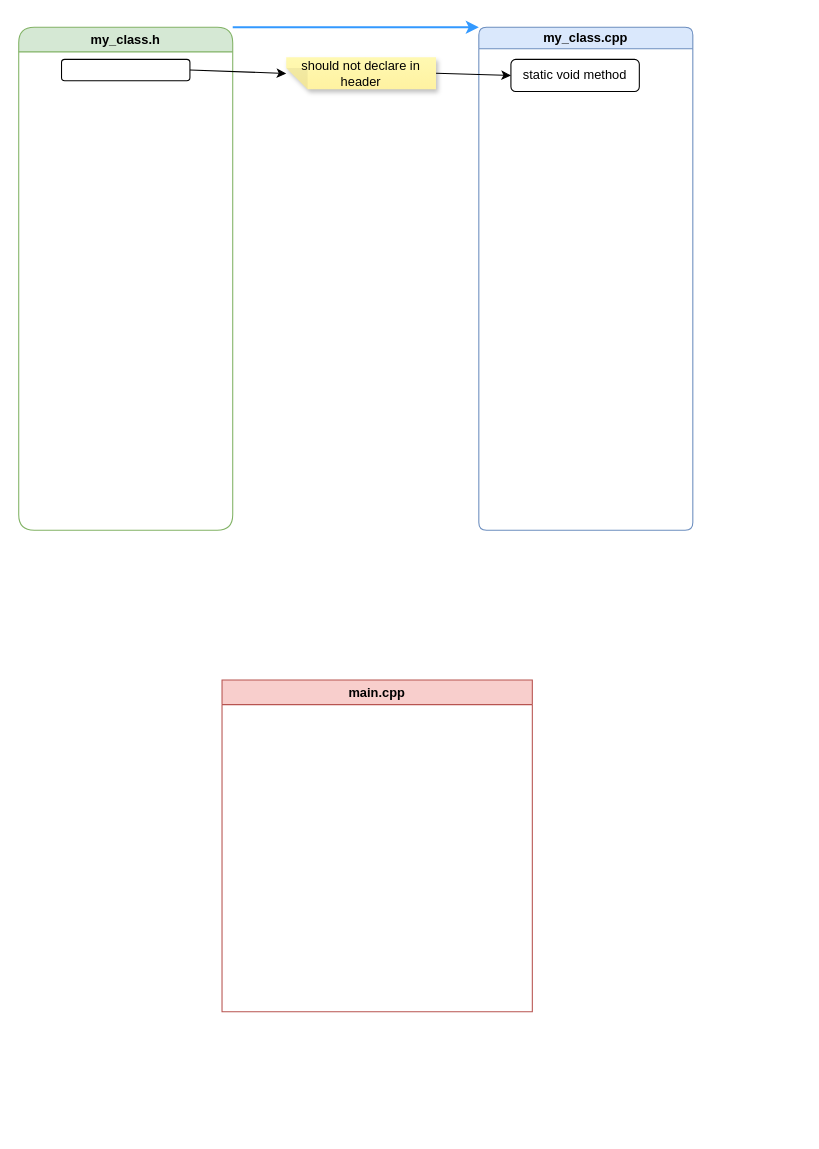
tiyun2012/Cplusplus keeps this draw.io diagram as cplus.drawio. Above is the earlier version. Source tidied: cells renumbered, new cells numbered last; positions are measured from the earlier drawing's top-left corner, leaving out a move shared by most shapes. Both pictures are drawn from the tidied source at 107%, with x=0, y=0 at pixel (18, 27).
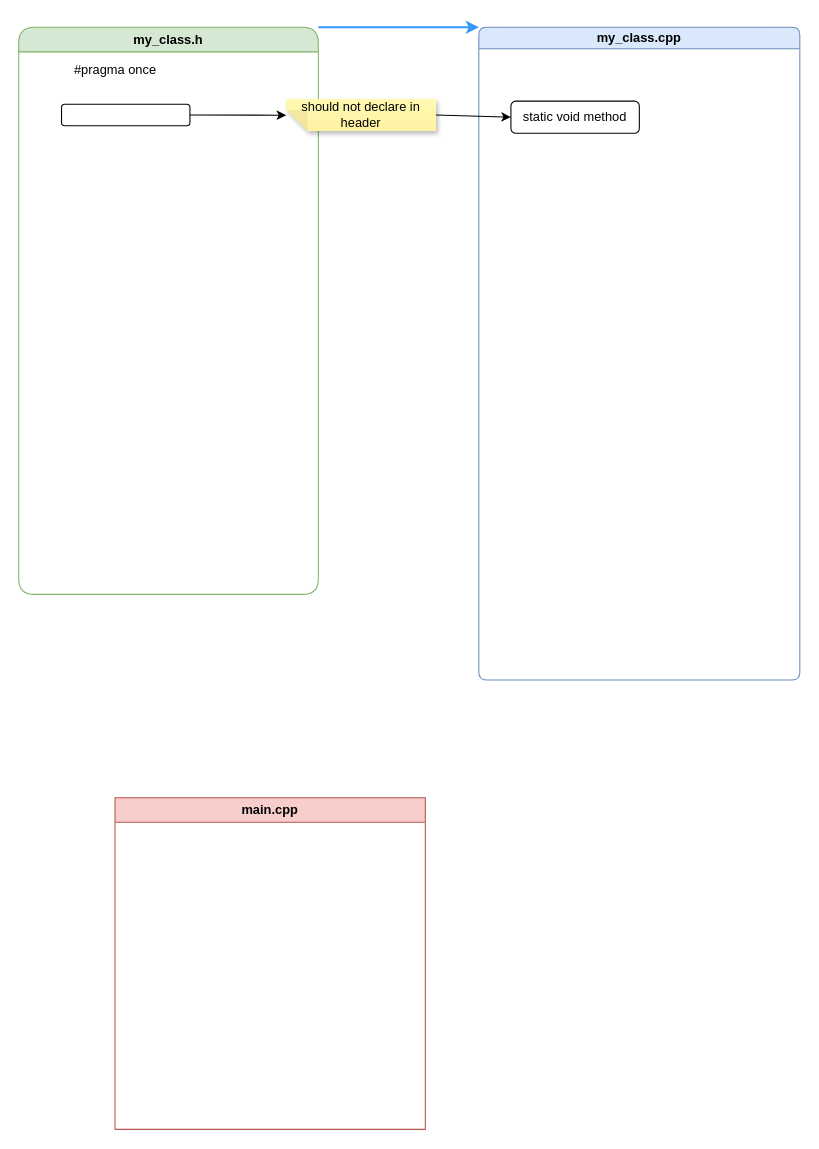
Above is the later version.

Diff of the diagram source:
```diff
@@
 <mxGraphModel>
   <root>
     <mxCell id="0" />
     <mxCell id="1" parent="0" />
     <mxCell id="2" style="rounded=0;jettySize=auto;html=1;exitX=1;exitY=0;exitDx=0;exitDy=0;entryX=0;entryY=0;entryDx=0;entryDy=0;strokeWidth=2;strokeColor=#3399FF;" parent="1" edge="1" source="3" target="4">
       <mxGeometry relative="1" as="geometry" />
     </mxCell>
     <mxCell id="3" value="my_class.h" style="swimlane;whiteSpace=wrap;html=1;rounded=1;arcSize=21;startSize=23;fillColor=#d5e8d4;strokeColor=#82b366;" parent="1" vertex="1">
-      <mxGeometry width="200" height="470" as="geometry" />
+      <mxGeometry width="280" height="530" as="geometry" />
     </mxCell>
     <mxCell id="4" value="my_class.cpp" style="swimlane;whiteSpace=wrap;html=1;rounded=1;arcSize=12;startSize=20;fillColor=#dae8fc;strokeColor=#6c8ebf;" parent="1" vertex="1">
-      <mxGeometry x="430" width="200" height="470" as="geometry" />
+      <mxGeometry x="430" width="300" height="610" as="geometry" />
     </mxCell>
     <mxCell id="5" value="static void method" style="rounded=1;whiteSpace=wrap;html=1;" parent="1" vertex="1">
-      <mxGeometry x="460" y="30" width="120" height="30" as="geometry" />
+      <mxGeometry x="460" y="69" width="120" height="30" as="geometry" />
     </mxCell>
     <mxCell id="6" style="rounded=0;jettySize=auto;html=1;exitX=1;exitY=0.5;exitDx=0;exitDy=0;entryX=1;entryY=0.495;entryDx=0;entryDy=0;entryPerimeter=0;" parent="1" edge="1" source="7" target="9">
       <mxGeometry relative="1" as="geometry" />
     </mxCell>
     <mxCell id="7" style="rounded=1;whiteSpace=wrap;html=1;" parent="1" vertex="1">
-      <mxGeometry x="40" y="30" width="120" height="20" as="geometry" />
+      <mxGeometry x="40" y="72" width="120" height="20" as="geometry" />
     </mxCell>
     <mxCell id="8" style="rounded=0;jettySize=auto;html=1;exitX=0;exitY=0.5;exitDx=0;exitDy=0;exitPerimeter=0;entryX=0;entryY=0.5;entryDx=0;entryDy=0;" parent="1" edge="1" source="9" target="5">
       <mxGeometry relative="1" as="geometry" />
     </mxCell>
     <mxCell id="9" value="should not declare in header" style="shape=note;whiteSpace=wrap;html=1;backgroundOutline=1;fontColor=#000000;darkOpacity=0.05;fillColor=#FFF9B2;strokeColor=none;fillStyle=solid;direction=west;gradientDirection=north;gradientColor=#FFF2A1;shadow=1;size=20;" parent="1" vertex="1">
-      <mxGeometry x="250" y="28" width="140" height="30" as="geometry" />
+      <mxGeometry x="250" y="67" width="140" height="30" as="geometry" />
     </mxCell>
     <mxCell id="10" value="main.cpp" style="swimlane;whiteSpace=wrap;html=1;fillColor=#f8cecc;strokeColor=#b85450;" parent="1" vertex="1">
-      <mxGeometry x="190" y="610" width="290" height="310" as="geometry" />
+      <mxGeometry x="90" y="720" width="290" height="310" as="geometry" />
     </mxCell>
+    <mxCell id="11" value="#pragma once" style="text;html=1;align=center;verticalAlign=middle;strokeColor=none;fillColor=none;" parent="1" vertex="1">
+      <mxGeometry x="40" y="25" width="100" height="30" as="geometry" />
+    </mxCell>
   </root>
 </mxGraphModel>
```
